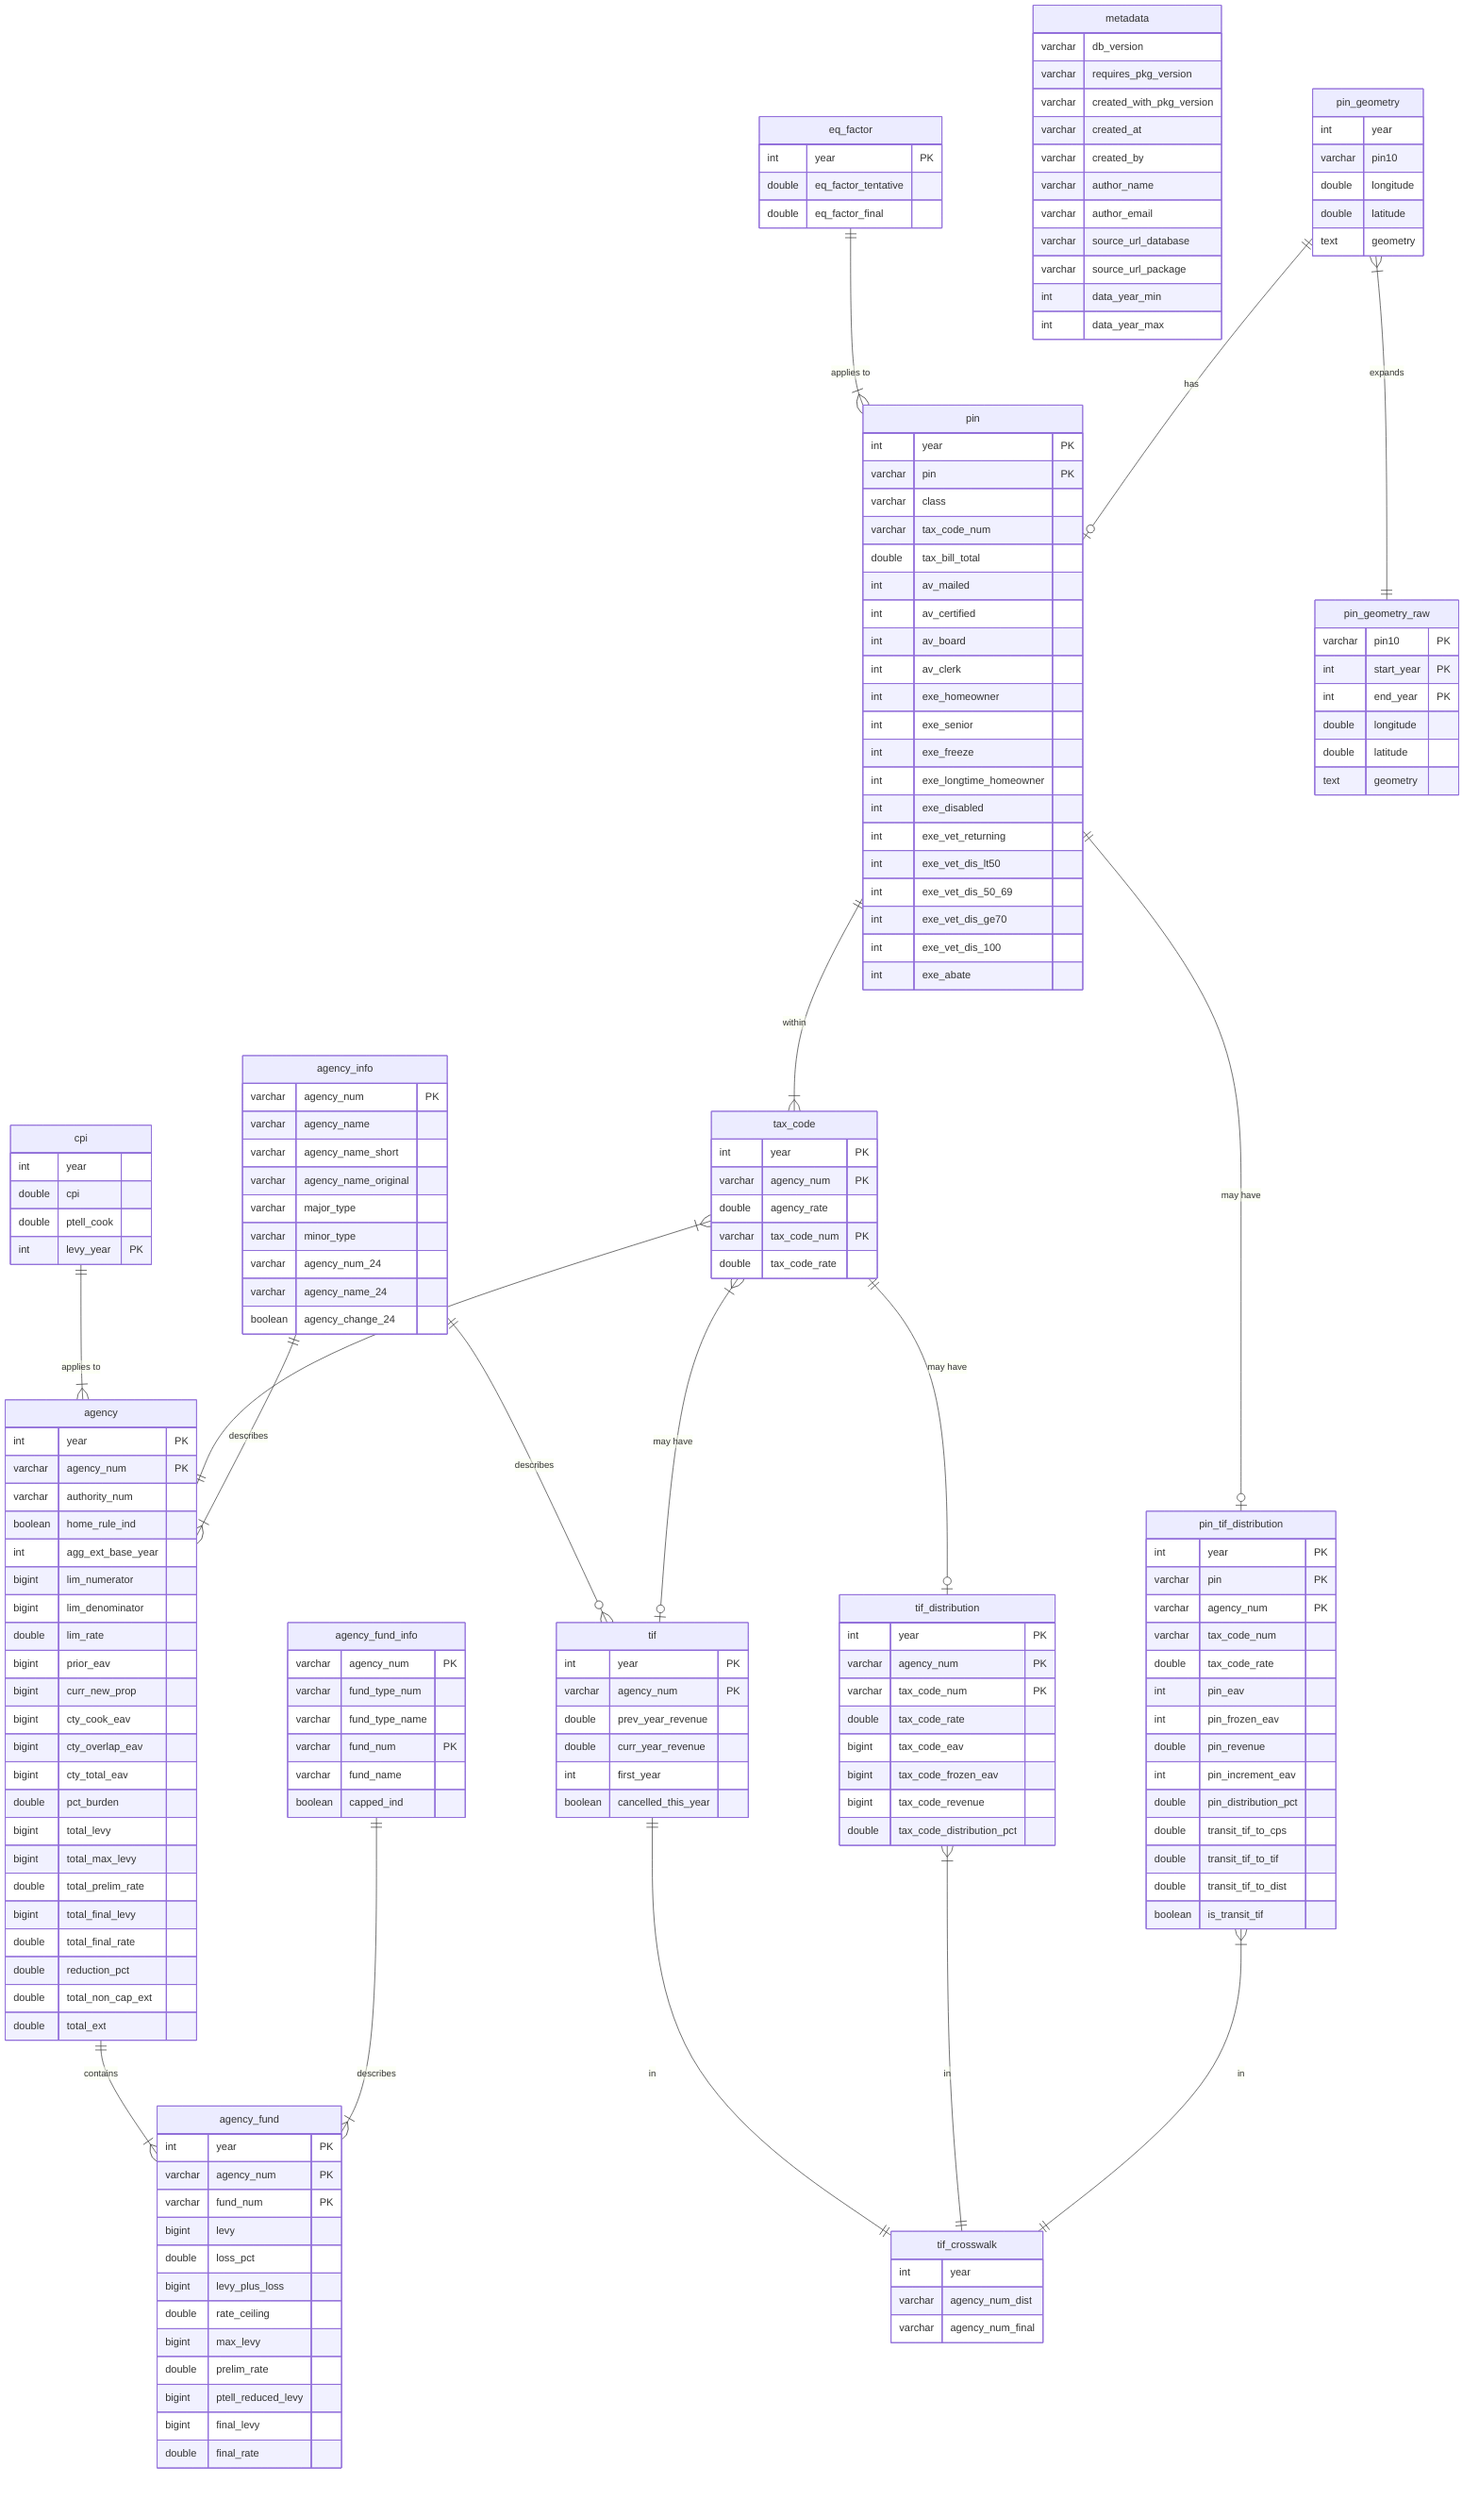
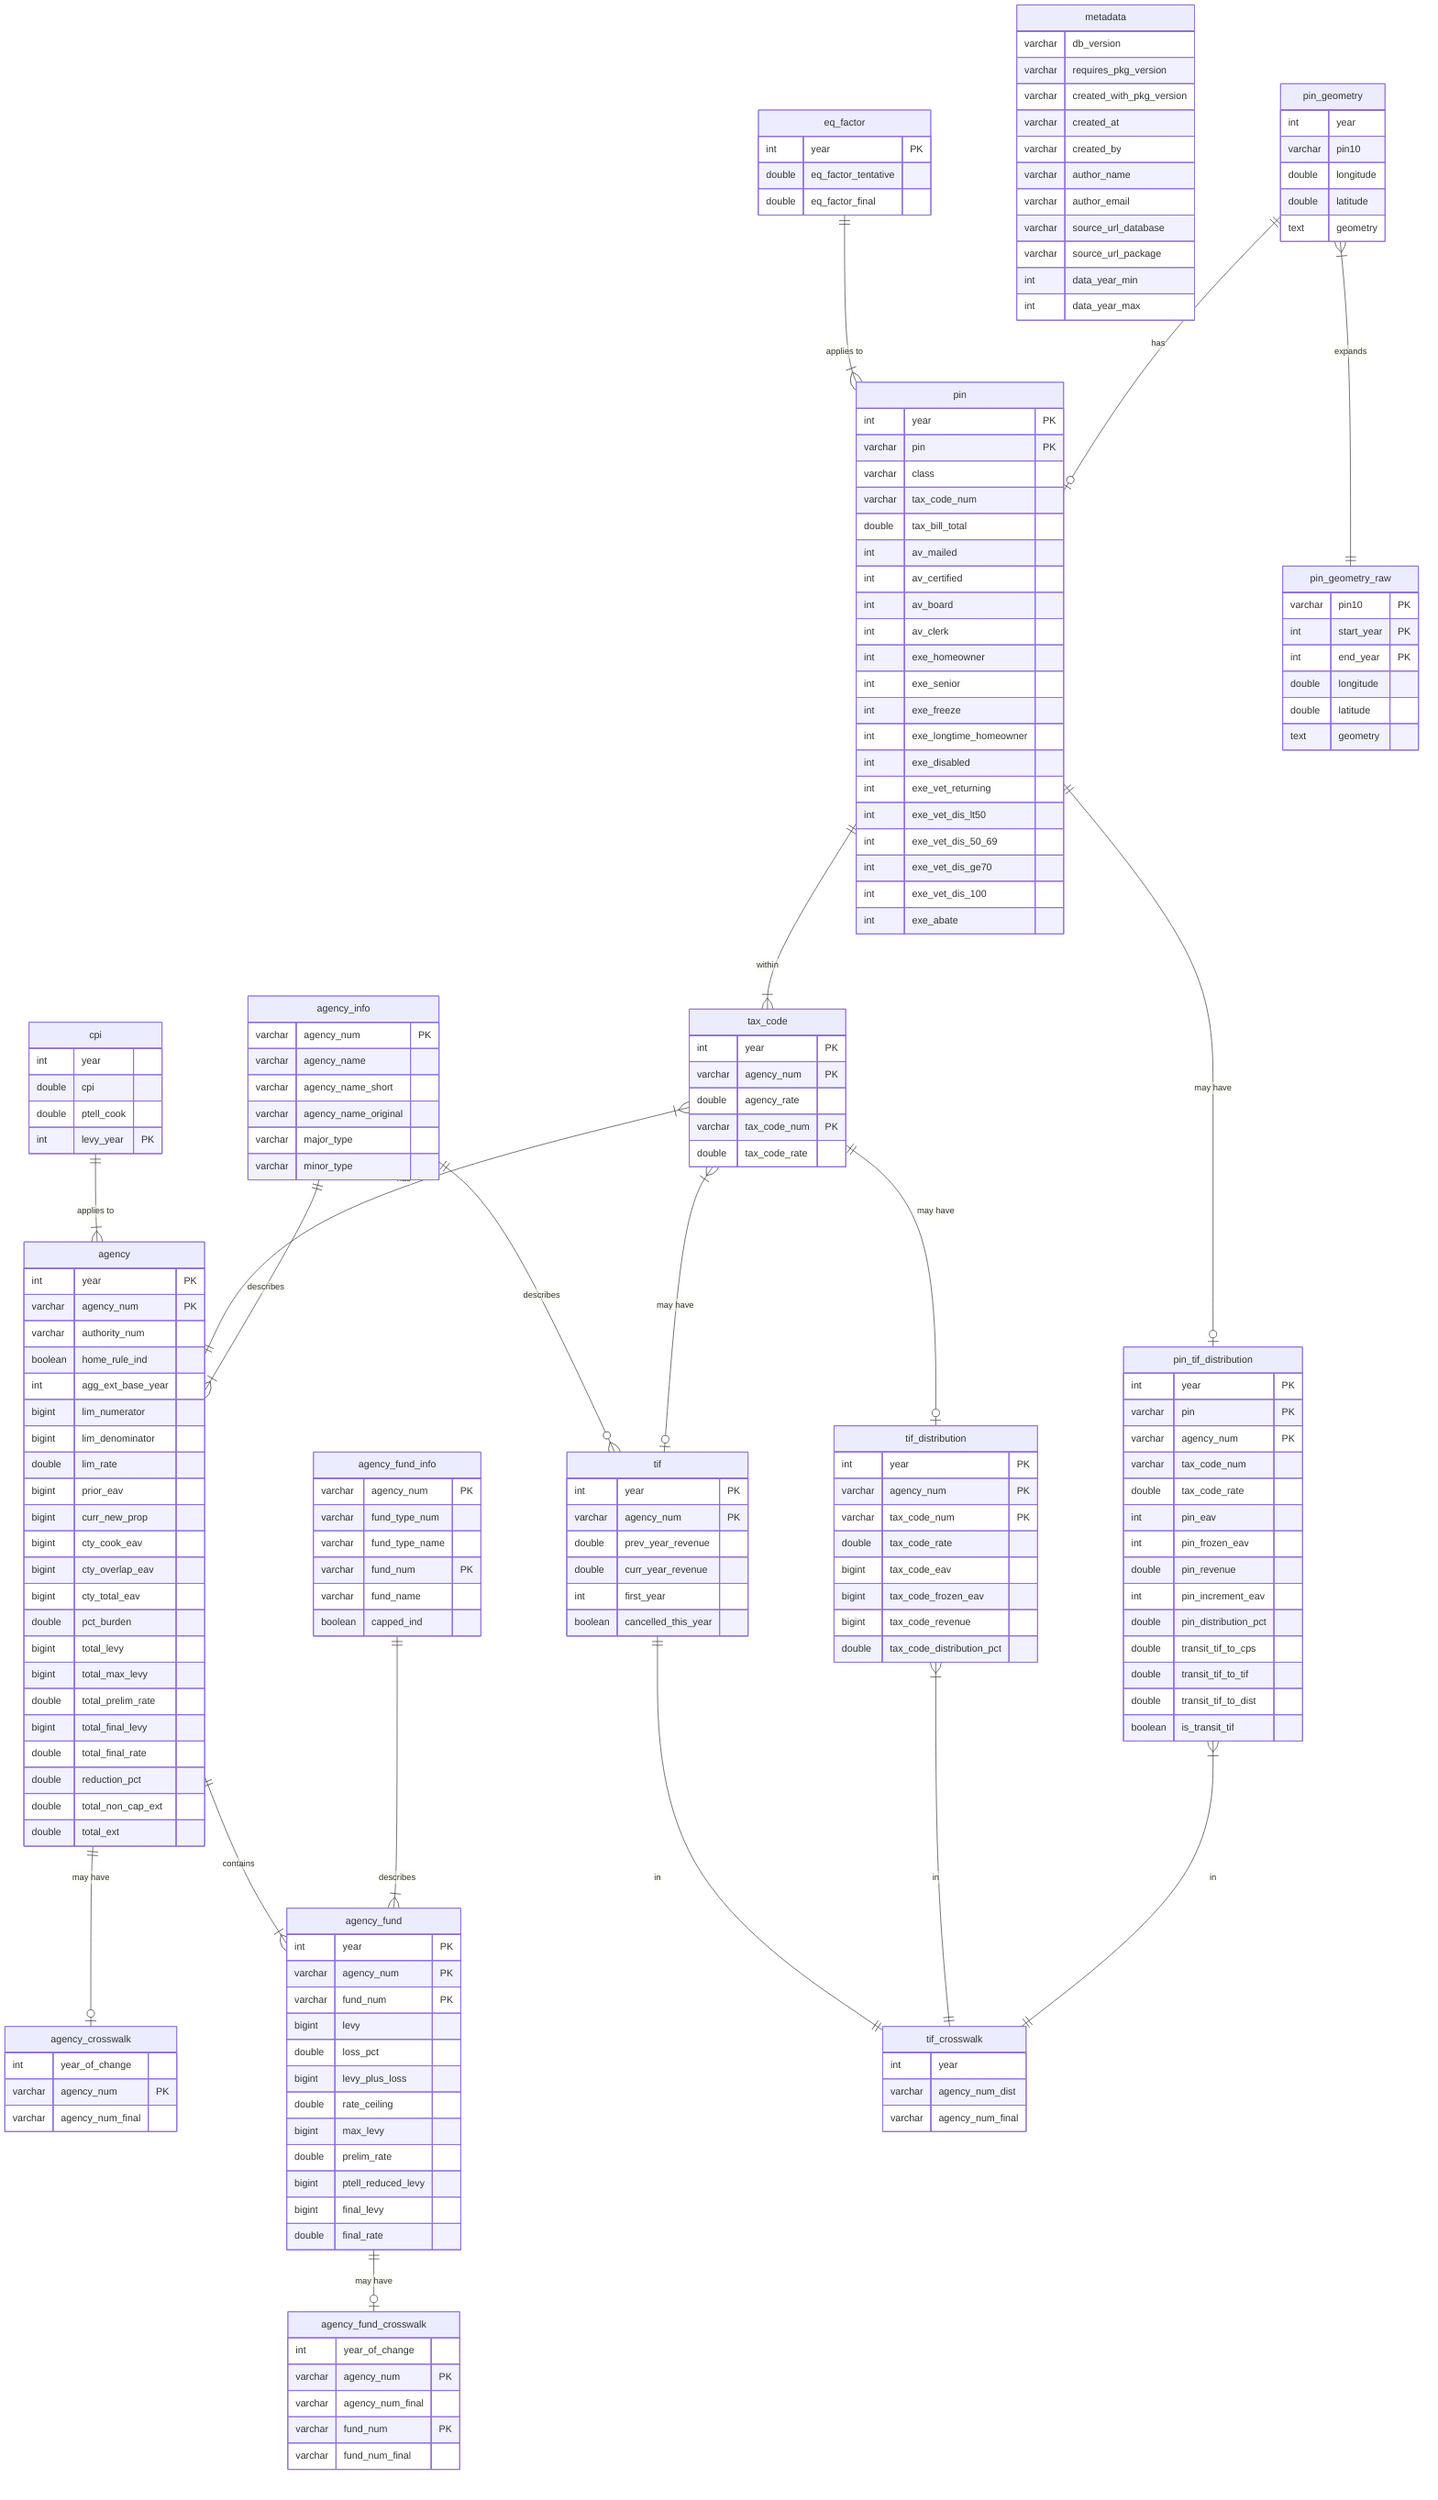
erDiagram

  agency {
    int     year              PK
    varchar agency_num        PK
    varchar authority_num
    boolean home_rule_ind
    int     agg_ext_base_year
    bigint  lim_numerator
    bigint  lim_denominator
    double  lim_rate
    bigint  prior_eav
    bigint  curr_new_prop
    bigint  cty_cook_eav
    bigint  cty_overlap_eav
    bigint  cty_total_eav
    double  pct_burden
    bigint  total_levy
    bigint  total_max_levy
    double  total_prelim_rate
    bigint  total_final_levy
    double  total_final_rate
    double  reduction_pct
    double  total_non_cap_ext
    double  total_ext
  }

  agency_info {
    varchar agency_num         PK
    varchar agency_name
    varchar agency_name_short
    varchar agency_name_original
    varchar major_type
    varchar minor_type
-     varchar agency_num_24
-     varchar agency_name_24
-     boolean agency_change_24
+   }
+ 
+   agency_crosswalk {
+     int     year_of_change
+     varchar agency_num         PK
+     varchar agency_num_final
  }

  agency_fund {
    int     year               PK
    varchar agency_num         PK
    varchar fund_num           PK
    bigint  levy
    double  loss_pct
    bigint  levy_plus_loss
    double  rate_ceiling
    bigint  max_levy
    double  prelim_rate
    bigint  ptell_reduced_levy
    bigint  final_levy
    double  final_rate
  }

  agency_fund_info {
    varchar agency_num         PK
    varchar fund_type_num
    varchar fund_type_name
    varchar fund_num           PK
    varchar fund_name
    boolean capped_ind
+   }
+ 
+   agency_fund_crosswalk {
+     int     year_of_change
+     varchar agency_num         PK
+     varchar agency_num_final
+     varchar fund_num           PK
+     varchar fund_num_final
  }

  cpi {
    int     year
    double  cpi
    double  ptell_cook
    int     levy_year          PK
  }

  eq_factor {
    int     year               PK
    double  eq_factor_tentative
    double  eq_factor_final
  }

  metadata {
    varchar db_version
    varchar requires_pkg_version
    varchar created_with_pkg_version
    varchar created_at
    varchar created_by
    varchar author_name
    varchar author_email
    varchar source_url_database
    varchar source_url_package
    int     data_year_min
    int     data_year_max
  }

  pin {
    int     year               PK
    varchar pin                PK
    varchar class
    varchar tax_code_num
    double  tax_bill_total
    int     av_mailed
    int     av_certified
    int     av_board
    int     av_clerk
    int     exe_homeowner
    int     exe_senior
    int     exe_freeze
    int     exe_longtime_homeowner
    int     exe_disabled
    int     exe_vet_returning
    int     exe_vet_dis_lt50
    int     exe_vet_dis_50_69
    int     exe_vet_dis_ge70
    int     exe_vet_dis_100
    int     exe_abate
  }

  pin_geometry {
    int     year
    varchar pin10
    double  longitude
    double  latitude
    text    geometry
  }

  pin_geometry_raw {
    varchar pin10              PK
    int     start_year         PK
    int     end_year           PK
    double  longitude
    double  latitude
    text    geometry
  }

  tax_code {
    int     year               PK
    varchar agency_num         PK
    double  agency_rate
    varchar tax_code_num       PK
    double  tax_code_rate
  }

  tif {
    int     year               PK
    varchar agency_num         PK
    double  prev_year_revenue
    double  curr_year_revenue
    int     first_year
    boolean cancelled_this_year
  }

  tif_crosswalk {
    int     year
    varchar agency_num_dist
    varchar agency_num_final
  }

  tif_distribution {
    int     year               PK
    varchar agency_num         PK
    varchar tax_code_num       PK
    double  tax_code_rate
    bigint  tax_code_eav
    bigint  tax_code_frozen_eav
    bigint  tax_code_revenue
    double  tax_code_distribution_pct
  }

  pin_tif_distribution {
    int     year               PK
    varchar pin                PK
    varchar agency_num         PK
    varchar tax_code_num
    double  tax_code_rate
    int     pin_eav
    int     pin_frozen_eav
    double  pin_revenue
    int     pin_increment_eav
    double  pin_distribution_pct
    double  transit_tif_to_cps
    double  transit_tif_to_tif
    double  transit_tif_to_dist
    boolean is_transit_tif
  }

  eq_factor ||--|{ pin : "applies to"
  pin ||--|{ tax_code : "within"
  pin ||--o| pin_tif_distribution : "may have"
  cpi ||--|{ agency : "applies to"
  tax_code }|--|| agency : "has"
  tax_code ||--o| tif_distribution : "may have"
  agency ||--|{ agency_fund : "contains"
+   agency ||--o| agency_crosswalk : "may have"
  agency_info ||--|{ agency : "describes"
+   agency_fund ||--o| agency_fund_crosswalk : "may have"
  agency_fund_info ||--|{ agency_fund : "describes"
  tif ||--|| tif_crosswalk : "in"
  tif_distribution }|--|| tif_crosswalk : "in"
  pin_tif_distribution }|--|| tif_crosswalk : "in"
  agency_info ||--o{ tif: "describes"
  tax_code }|--o| tif : "may have"
  pin_geometry ||--o| pin : "has"
  pin_geometry }|--|| pin_geometry_raw : "expands"
